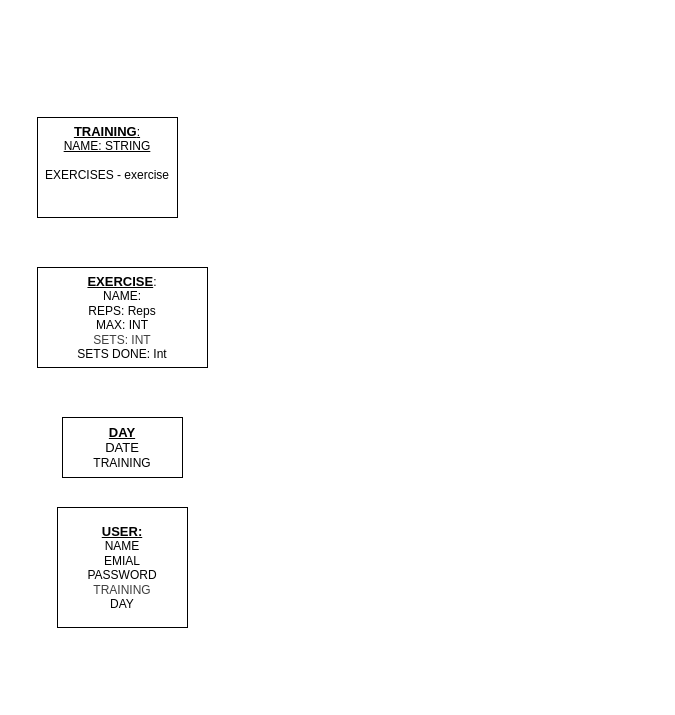
This is db.drawio from Jaro111/gym_tracker_BE, a draw.io file, before an edit. Source tidied: cells renumbered, new cells numbered last; positions are measured from the earlier drawing's top-left corner, leaving out a move shared by most shapes. Both pictures are drawn from the tidied source at 100%, with x=0, y=0 at pixel (37, 117).
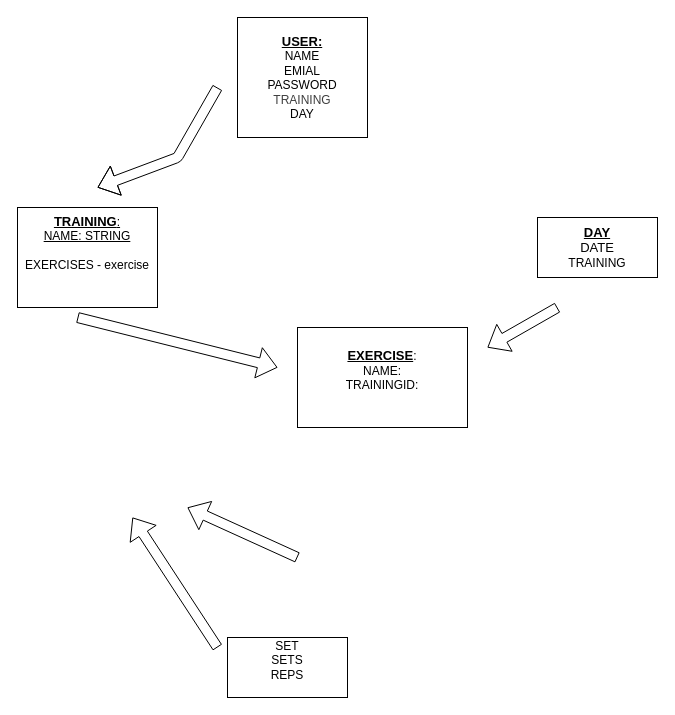
After the change.

Diff of the diagram source:
```diff
@@
 <mxGraphModel>
   <root>
     <mxCell id="0" />
     <mxCell id="1" parent="0" />
     <mxCell id="2" value="&lt;u&gt;&lt;b&gt;&lt;font style=&quot;font-size: 13px;&quot;&gt;TRAINING&lt;/font&gt;&lt;/b&gt;:&lt;/u&gt;&lt;div&gt;&lt;u&gt;NAME: STRING&lt;/u&gt;&lt;/div&gt;&lt;div&gt;&lt;u&gt;&lt;br&gt;&lt;/u&gt;&lt;div&gt;EXERCISES - exercise&lt;/div&gt;&lt;div&gt;&lt;br&gt;&lt;/div&gt;&lt;div&gt;&lt;br&gt;&lt;/div&gt;&lt;/div&gt;" style="rounded=0;whiteSpace=wrap;html=1;" parent="1" vertex="1">
-      <mxGeometry width="140" height="100" as="geometry" />
+      <mxGeometry x="-20" y="90" width="140" height="100" as="geometry" />
     </mxCell>
     <mxCell id="3" value="&lt;b&gt;&lt;u&gt;&lt;font style=&quot;font-size: 13px;&quot;&gt;DAY&lt;/font&gt;&lt;/u&gt;&lt;/b&gt;&lt;div&gt;&lt;span style=&quot;font-size: 13px;&quot;&gt;DATE&lt;br&gt;&lt;/span&gt;&lt;div&gt;&lt;font&gt;TRAINING&lt;/font&gt;&lt;/div&gt;&lt;/div&gt;" style="rounded=0;whiteSpace=wrap;html=1;" parent="1" vertex="1">
-      <mxGeometry x="25" y="300" width="120" height="60" as="geometry" />
+      <mxGeometry x="500" y="100" width="120" height="60" as="geometry" />
     </mxCell>
-    <mxCell id="4" value="&lt;font style=&quot;font-size: 13px;&quot;&gt;&lt;b&gt;&lt;u&gt;EXERCISE&lt;/u&gt;&lt;/b&gt;&lt;/font&gt;:&lt;div&gt;&lt;span style=&quot;background-color: transparent;&quot;&gt;NAME:&lt;/span&gt;&lt;/div&gt;&lt;div&gt;REPS: Reps&lt;/div&gt;&lt;div&gt;MAX: INT&lt;/div&gt;&lt;div&gt;&lt;span style=&quot;color: rgb(63, 63, 63);&quot;&gt;SETS: INT&lt;/span&gt;&lt;/div&gt;&lt;div&gt;SETS DONE: Int&lt;/div&gt;" style="rounded=0;whiteSpace=wrap;html=1;" parent="1" vertex="1">
-      <mxGeometry y="150" width="170" height="100" as="geometry" />
+    <mxCell id="4" value="&lt;font style=&quot;font-size: 13px;&quot;&gt;&lt;b&gt;&lt;u&gt;EXERCISE&lt;/u&gt;&lt;/b&gt;&lt;/font&gt;:&lt;div&gt;&lt;span style=&quot;background-color: transparent;&quot;&gt;NAME:&lt;/span&gt;&lt;/div&gt;&lt;div&gt;&lt;span style=&quot;background-color: transparent;&quot;&gt;TRAININGID:&lt;/span&gt;&lt;/div&gt;&lt;div&gt;&lt;span style=&quot;background-color: transparent;&quot;&gt;&lt;br&gt;&lt;/span&gt;&lt;/div&gt;" style="rounded=0;whiteSpace=wrap;html=1;" parent="1" vertex="1">
+      <mxGeometry x="260" y="210" width="170" height="100" as="geometry" />
     </mxCell>
     <mxCell id="5" value="&lt;b&gt;&lt;u&gt;&lt;font style=&quot;font-size: 13px;&quot;&gt;USER:&lt;/font&gt;&lt;/u&gt;&lt;/b&gt;&lt;div&gt;NAME&lt;/div&gt;&lt;div&gt;EMIAL&lt;/div&gt;&lt;div&gt;PASSWORD&lt;/div&gt;&lt;div&gt;&lt;span style=&quot;color: rgb(63, 63, 63);&quot;&gt;TRAINING&lt;/span&gt;&lt;/div&gt;&lt;div&gt;DAY&lt;/div&gt;" style="rounded=0;whiteSpace=wrap;html=1;" parent="1" vertex="1">
-      <mxGeometry x="20" y="390" width="130" height="120" as="geometry" />
+      <mxGeometry x="200" y="-100" width="130" height="120" as="geometry" />
     </mxCell>
+    <mxCell id="6" style="shape=flexArrow;endArrow=classic;html=1;" parent="1" edge="1">
+      <mxGeometry relative="1" as="geometry">
+        <mxPoint x="180" y="-30" as="sourcePoint" />
+        <mxPoint x="60" y="70" as="targetPoint" />
+        <Array as="points">
+          <mxPoint x="140" y="40" />
+        </Array>
+      </mxGeometry>
+    </mxCell>
+    <mxCell id="7" style="shape=flexArrow;endArrow=classic;html=1;" parent="1" edge="1">
+      <mxGeometry relative="1" as="geometry">
+        <mxPoint x="40" y="200" as="sourcePoint" />
+        <mxPoint x="240" y="250" as="targetPoint" />
+      </mxGeometry>
+    </mxCell>
+    <mxCell id="8" style="shape=flexArrow;endArrow=classic;html=1;" parent="1" edge="1">
+      <mxGeometry relative="1" as="geometry">
+        <mxPoint x="520" y="190" as="sourcePoint" />
+        <mxPoint x="450" y="230" as="targetPoint" />
+      </mxGeometry>
+    </mxCell>
+    <mxCell id="9" style="shape=flexArrow;endArrow=classic;html=1;" parent="1" edge="1">
+      <mxGeometry relative="1" as="geometry">
+        <mxPoint x="260" y="440" as="sourcePoint" />
+        <mxPoint x="150" y="390" as="targetPoint" />
+      </mxGeometry>
+    </mxCell>
+    <mxCell id="10" style="shape=flexArrow;endArrow=classic;html=1;" parent="1" edge="1">
+      <mxGeometry relative="1" as="geometry">
+        <mxPoint x="180" y="530" as="sourcePoint" />
+        <mxPoint x="95" y="400" as="targetPoint" />
+      </mxGeometry>
+    </mxCell>
+    <mxCell id="11" value="SET&lt;div&gt;&lt;font color=&quot;#000000&quot;&gt;SETS&lt;br&gt;&lt;/font&gt;&lt;div&gt;REPS&lt;/div&gt;&lt;div&gt;&lt;br&gt;&lt;/div&gt;&lt;/div&gt;" style="rounded=0;whiteSpace=wrap;html=1;" parent="1" vertex="1">
+      <mxGeometry x="190" y="520" width="120" height="60" as="geometry" />
+    </mxCell>
   </root>
 </mxGraphModel>
```
